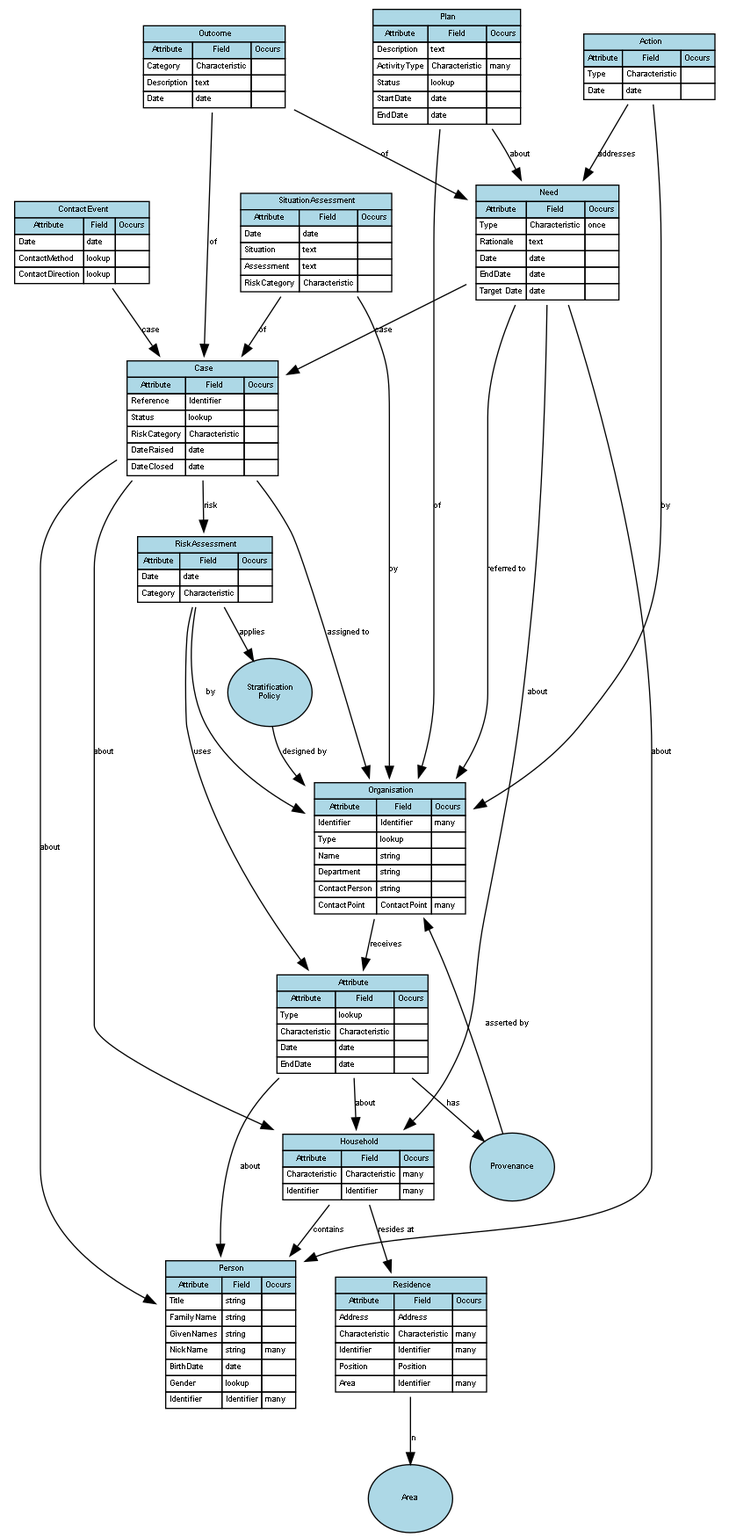
Before: graph_output/EntireEntityModel.gv.png, a diagram exported from Graphviz (PaulDav/ModelVisual). Its source is kept beside it as graph_output/EntireEntityModel.gv.
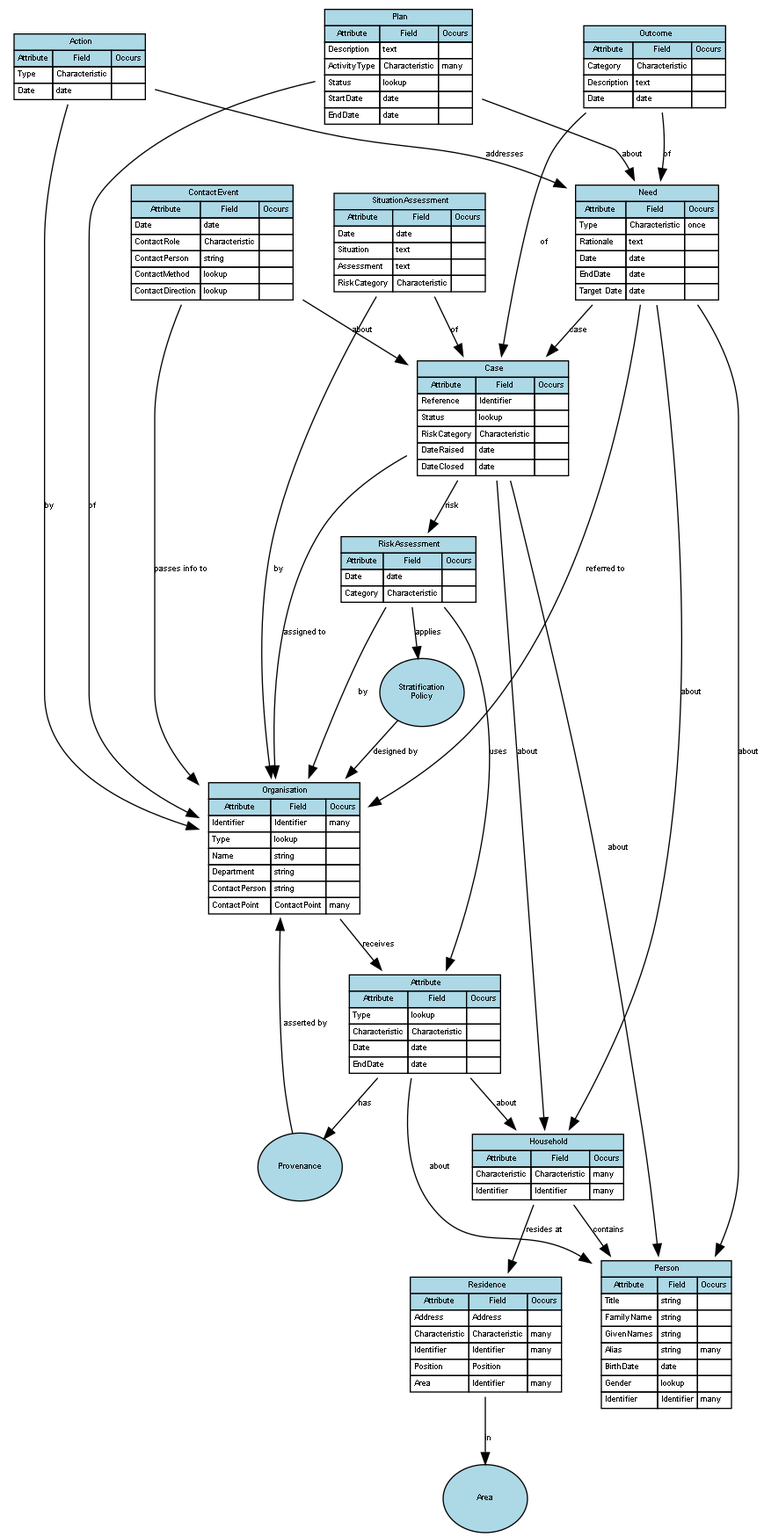
Later version of the same file.

Change to the diagram source:
```diff
@@ -5,12 +5,12 @@
 	Action [label=<<table border='0' cellborder='1' cellspacing='0'><tr><td colspan='3' bgcolor='lightblue'> Action</td></tr><tr><td bgcolor='lightblue'>Attribute</td><td bgcolor='lightblue'>Field</td><td bgcolor='lightblue'>Occurs</td></tr><tr><td align='left' balign='left' valign='top'>Type</td><td align='left' balign='left' valign='top'>Characteristic</td><td align='left' balign='left' valign='top'></td></tr><tr><td align='left' balign='left' valign='top'>Date</td><td align='left' balign='left' valign='top'>date</td><td align='left' balign='left' valign='top'></td></tr></table>> URL="#Action" shape=plaintext]
 	Attribute [label=<<table border='0' cellborder='1' cellspacing='0'><tr><td colspan='3' bgcolor='lightblue'> Attribute</td></tr><tr><td bgcolor='lightblue'>Attribute</td><td bgcolor='lightblue'>Field</td><td bgcolor='lightblue'>Occurs</td></tr><tr><td align='left' balign='left' valign='top'>Type</td><td align='left' balign='left' valign='top'>lookup</td><td align='left' balign='left' valign='top'></td></tr><tr><td align='left' balign='left' valign='top'>Characteristic</td><td align='left' balign='left' valign='top'>Characteristic</td><td align='left' balign='left' valign='top'></td></tr><tr><td align='left' balign='left' valign='top'>Date</td><td align='left' balign='left' valign='top'>date</td><td align='left' balign='left' valign='top'></td></tr><tr><td align='left' balign='left' valign='top'>EndDate</td><td align='left' balign='left' valign='top'>date</td><td align='left' balign='left' valign='top'></td></tr></table>> URL="#Attribute" shape=plaintext]
 	Case [label=<<table border='0' cellborder='1' cellspacing='0'><tr><td colspan='3' bgcolor='lightblue'> Case</td></tr><tr><td bgcolor='lightblue'>Attribute</td><td bgcolor='lightblue'>Field</td><td bgcolor='lightblue'>Occurs</td></tr><tr><td align='left' balign='left' valign='top'>Reference</td><td align='left' balign='left' valign='top'>Identifier</td><td align='left' balign='left' valign='top'></td></tr><tr><td align='left' balign='left' valign='top'>Status</td><td align='left' balign='left' valign='top'>lookup</td><td align='left' balign='left' valign='top'></td></tr><tr><td align='left' balign='left' valign='top'>RiskCategory</td><td align='left' balign='left' valign='top'>Characteristic</td><td align='left' balign='left' valign='top'></td></tr><tr><td align='left' balign='left' valign='top'>DateRaised</td><td align='left' balign='left' valign='top'>date</td><td align='left' balign='left' valign='top'></td></tr><tr><td align='left' balign='left' valign='top'>DateClosed</td><td align='left' balign='left' valign='top'>date</td><td align='left' balign='left' valign='top'></td></tr></table>> URL="#Case" shape=plaintext]
-	ContactEvent [label=<<table border='0' cellborder='1' cellspacing='0'><tr><td colspan='3' bgcolor='lightblue'> ContactEvent</td></tr><tr><td bgcolor='lightblue'>Attribute</td><td bgcolor='lightblue'>Field</td><td bgcolor='lightblue'>Occurs</td></tr><tr><td align='left' balign='left' valign='top'>Date</td><td align='left' balign='left' valign='top'>date</td><td align='left' balign='left' valign='top'></td></tr><tr><td align='left' balign='left' valign='top'>ContactMethod</td><td align='left' balign='left' valign='top'>lookup</td><td align='left' balign='left' valign='top'></td></tr><tr><td align='left' balign='left' valign='top'>ContactDirection</td><td align='left' balign='left' valign='top'>lookup</td><td align='left' balign='left' valign='top'></td></tr></table>> URL="#ContactEvent" shape=plaintext]
+	ContactEvent [label=<<table border='0' cellborder='1' cellspacing='0'><tr><td colspan='3' bgcolor='lightblue'> ContactEvent</td></tr><tr><td bgcolor='lightblue'>Attribute</td><td bgcolor='lightblue'>Field</td><td bgcolor='lightblue'>Occurs</td></tr><tr><td align='left' balign='left' valign='top'>Date</td><td align='left' balign='left' valign='top'>date</td><td align='left' balign='left' valign='top'></td></tr><tr><td align='left' balign='left' valign='top'>ContactRole</td><td align='left' balign='left' valign='top'>Characteristic</td><td align='left' balign='left' valign='top'></td></tr><tr><td align='left' balign='left' valign='top'>ContactPerson</td><td align='left' balign='left' valign='top'>string</td><td align='left' balign='left' valign='top'></td></tr><tr><td align='left' balign='left' valign='top'>ContactMethod</td><td align='left' balign='left' valign='top'>lookup</td><td align='left' balign='left' valign='top'></td></tr><tr><td align='left' balign='left' valign='top'>ContactDirection</td><td align='left' balign='left' valign='top'>lookup</td><td align='left' balign='left' valign='top'></td></tr></table>> URL="#ContactEvent" shape=plaintext]
 	Household [label=<<table border='0' cellborder='1' cellspacing='0'><tr><td colspan='3' bgcolor='lightblue'> Household</td></tr><tr><td bgcolor='lightblue'>Attribute</td><td bgcolor='lightblue'>Field</td><td bgcolor='lightblue'>Occurs</td></tr><tr><td align='left' balign='left' valign='top'>Characteristic</td><td align='left' balign='left' valign='top'>Characteristic</td><td align='left' balign='left' valign='top'>many</td></tr><tr><td align='left' balign='left' valign='top'>Identifier</td><td align='left' balign='left' valign='top'>Identifier</td><td align='left' balign='left' valign='top'>many</td></tr></table>> URL="#Household" shape=plaintext]
 	Need [label=<<table border='0' cellborder='1' cellspacing='0'><tr><td colspan='3' bgcolor='lightblue'> Need</td></tr><tr><td bgcolor='lightblue'>Attribute</td><td bgcolor='lightblue'>Field</td><td bgcolor='lightblue'>Occurs</td></tr><tr><td align='left' balign='left' valign='top'>Type</td><td align='left' balign='left' valign='top'>Characteristic</td><td align='left' balign='left' valign='top'>once</td></tr><tr><td align='left' balign='left' valign='top'>Rationale</td><td align='left' balign='left' valign='top'>text</td><td align='left' balign='left' valign='top'></td></tr><tr><td align='left' balign='left' valign='top'>Date</td><td align='left' balign='left' valign='top'>date</td><td align='left' balign='left' valign='top'></td></tr><tr><td align='left' balign='left' valign='top'>EndDate</td><td align='left' balign='left' valign='top'>date</td><td align='left' balign='left' valign='top'></td></tr><tr><td align='left' balign='left' valign='top'>Target Date</td><td align='left' balign='left' valign='top'>date</td><td align='left' balign='left' valign='top'></td></tr></table>> URL="#Need" shape=plaintext]
 	Organisation [label=<<table border='0' cellborder='1' cellspacing='0'><tr><td colspan='3' bgcolor='lightblue'> Organisation</td></tr><tr><td bgcolor='lightblue'>Attribute</td><td bgcolor='lightblue'>Field</td><td bgcolor='lightblue'>Occurs</td></tr><tr><td align='left' balign='left' valign='top'>Identifier</td><td align='left' balign='left' valign='top'>Identifier</td><td align='left' balign='left' valign='top'>many</td></tr><tr><td align='left' balign='left' valign='top'>Type</td><td align='left' balign='left' valign='top'>lookup</td><td align='left' balign='left' valign='top'></td></tr><tr><td align='left' balign='left' valign='top'>Name</td><td align='left' balign='left' valign='top'>string</td><td align='left' balign='left' valign='top'></td></tr><tr><td align='left' balign='left' valign='top'>Department</td><td align='left' balign='left' valign='top'>string</td><td align='left' balign='left' valign='top'></td></tr><tr><td align='left' balign='left' valign='top'>ContactPerson</td><td align='left' balign='left' valign='top'>string</td><td align='left' balign='left' valign='top'></td></tr><tr><td align='left' balign='left' valign='top'>ContactPoint</td><td align='left' balign='left' valign='top'>ContactPoint</td><td align='left' balign='left' valign='top'>many</td></tr></table>> URL="#Organisation" shape=plaintext]
 	Outcome [label=<<table border='0' cellborder='1' cellspacing='0'><tr><td colspan='3' bgcolor='lightblue'> Outcome</td></tr><tr><td bgcolor='lightblue'>Attribute</td><td bgcolor='lightblue'>Field</td><td bgcolor='lightblue'>Occurs</td></tr><tr><td align='left' balign='left' valign='top'>Category</td><td align='left' balign='left' valign='top'>Characteristic</td><td align='left' balign='left' valign='top'></td></tr><tr><td align='left' balign='left' valign='top'>Description</td><td align='left' balign='left' valign='top'>text</td><td align='left' balign='left' valign='top'></td></tr><tr><td align='left' balign='left' valign='top'>Date</td><td align='left' balign='left' valign='top'>date</td><td align='left' balign='left' valign='top'></td></tr></table>> URL="#Outcome" shape=plaintext]
-	Person [label=<<table border='0' cellborder='1' cellspacing='0'><tr><td colspan='3' bgcolor='lightblue'> Person</td></tr><tr><td bgcolor='lightblue'>Attribute</td><td bgcolor='lightblue'>Field</td><td bgcolor='lightblue'>Occurs</td></tr><tr><td align='left' balign='left' valign='top'>Title</td><td align='left' balign='left' valign='top'>string</td><td align='left' balign='left' valign='top'></td></tr><tr><td align='left' balign='left' valign='top'>FamilyName</td><td align='left' balign='left' valign='top'>string</td><td align='left' balign='left' valign='top'></td></tr><tr><td align='left' balign='left' valign='top'>GivenNames</td><td align='left' balign='left' valign='top'>string</td><td align='left' balign='left' valign='top'></td></tr><tr><td align='left' balign='left' valign='top'>NickName</td><td align='left' balign='left' valign='top'>string</td><td align='left' balign='left' valign='top'>many</td></tr><tr><td align='left' balign='left' valign='top'>BirthDate</td><td align='left' balign='left' valign='top'>date</td><td align='left' balign='left' valign='top'></td></tr><tr><td align='left' balign='left' valign='top'>Gender</td><td align='left' balign='left' valign='top'>lookup</td><td align='left' balign='left' valign='top'></td></tr><tr><td align='left' balign='left' valign='top'>Identifier</td><td align='left' balign='left' valign='top'>Identifier</td><td align='left' balign='left' valign='top'>many</td></tr></table>> URL="#Person" shape=plaintext]
+	Person [label=<<table border='0' cellborder='1' cellspacing='0'><tr><td colspan='3' bgcolor='lightblue'> Person</td></tr><tr><td bgcolor='lightblue'>Attribute</td><td bgcolor='lightblue'>Field</td><td bgcolor='lightblue'>Occurs</td></tr><tr><td align='left' balign='left' valign='top'>Title</td><td align='left' balign='left' valign='top'>string</td><td align='left' balign='left' valign='top'></td></tr><tr><td align='left' balign='left' valign='top'>FamilyName</td><td align='left' balign='left' valign='top'>string</td><td align='left' balign='left' valign='top'></td></tr><tr><td align='left' balign='left' valign='top'>GivenNames</td><td align='left' balign='left' valign='top'>string</td><td align='left' balign='left' valign='top'></td></tr><tr><td align='left' balign='left' valign='top'>Alias</td><td align='left' balign='left' valign='top'>string</td><td align='left' balign='left' valign='top'>many</td></tr><tr><td align='left' balign='left' valign='top'>BirthDate</td><td align='left' balign='left' valign='top'>date</td><td align='left' balign='left' valign='top'></td></tr><tr><td align='left' balign='left' valign='top'>Gender</td><td align='left' balign='left' valign='top'>lookup</td><td align='left' balign='left' valign='top'></td></tr><tr><td align='left' balign='left' valign='top'>Identifier</td><td align='left' balign='left' valign='top'>Identifier</td><td align='left' balign='left' valign='top'>many</td></tr></table>> URL="#Person" shape=plaintext]
 	Plan [label=<<table border='0' cellborder='1' cellspacing='0'><tr><td colspan='3' bgcolor='lightblue'> Plan</td></tr><tr><td bgcolor='lightblue'>Attribute</td><td bgcolor='lightblue'>Field</td><td bgcolor='lightblue'>Occurs</td></tr><tr><td align='left' balign='left' valign='top'>Description</td><td align='left' balign='left' valign='top'>text</td><td align='left' balign='left' valign='top'></td></tr><tr><td align='left' balign='left' valign='top'>ActivityType</td><td align='left' balign='left' valign='top'>Characteristic</td><td align='left' balign='left' valign='top'>many</td></tr><tr><td align='left' balign='left' valign='top'>Status</td><td align='left' balign='left' valign='top'>lookup</td><td align='left' balign='left' valign='top'></td></tr><tr><td align='left' balign='left' valign='top'>StartDate</td><td align='left' balign='left' valign='top'>date</td><td align='left' balign='left' valign='top'></td></tr><tr><td align='left' balign='left' valign='top'>EndDate</td><td align='left' balign='left' valign='top'>date</td><td align='left' balign='left' valign='top'></td></tr></table>> URL="#Plan" shape=plaintext]
 	Residence [label=<<table border='0' cellborder='1' cellspacing='0'><tr><td colspan='3' bgcolor='lightblue'> Residence</td></tr><tr><td bgcolor='lightblue'>Attribute</td><td bgcolor='lightblue'>Field</td><td bgcolor='lightblue'>Occurs</td></tr><tr><td align='left' balign='left' valign='top'>Address</td><td align='left' balign='left' valign='top'>Address</td><td align='left' balign='left' valign='top'></td></tr><tr><td align='left' balign='left' valign='top'>Characteristic</td><td align='left' balign='left' valign='top'>Characteristic</td><td align='left' balign='left' valign='top'>many</td></tr><tr><td align='left' balign='left' valign='top'>Identifier</td><td align='left' balign='left' valign='top'>Identifier</td><td align='left' balign='left' valign='top'>many</td></tr><tr><td align='left' balign='left' valign='top'>Position</td><td align='left' balign='left' valign='top'>Position</td><td align='left' balign='left' valign='top'></td></tr><tr><td align='left' balign='left' valign='top'>Area</td><td align='left' balign='left' valign='top'>Identifier</td><td align='left' balign='left' valign='top'>many</td></tr></table>> URL="#Residence" shape=plaintext]
 	RiskAssessment [label=<<table border='0' cellborder='1' cellspacing='0'><tr><td colspan='3' bgcolor='lightblue'> RiskAssessment</td></tr><tr><td bgcolor='lightblue'>Attribute</td><td bgcolor='lightblue'>Field</td><td bgcolor='lightblue'>Occurs</td></tr><tr><td align='left' balign='left' valign='top'>Date</td><td align='left' balign='left' valign='top'>date</td><td align='left' balign='left' valign='top'></td></tr><tr><td align='left' balign='left' valign='top'>Category</td><td align='left' balign='left' valign='top'>Characteristic</td><td align='left' balign='left' valign='top'></td></tr></table>> URL="#RiskAssessment" shape=plaintext]
@@ -26,7 +26,8 @@
 	Case -> Household [label=about]
 	Case -> RiskAssessment [label=risk]
 	Case -> Organisation [label="assigned to"]
-	ContactEvent -> Case [label=case]
+	ContactEvent -> Case [label=about]
+	ContactEvent -> Organisation [label="passes info to"]
 	Household -> Residence [label="resides at"]
 	Household -> Person [label=contains]
 	Need -> Person [label=about]
```
